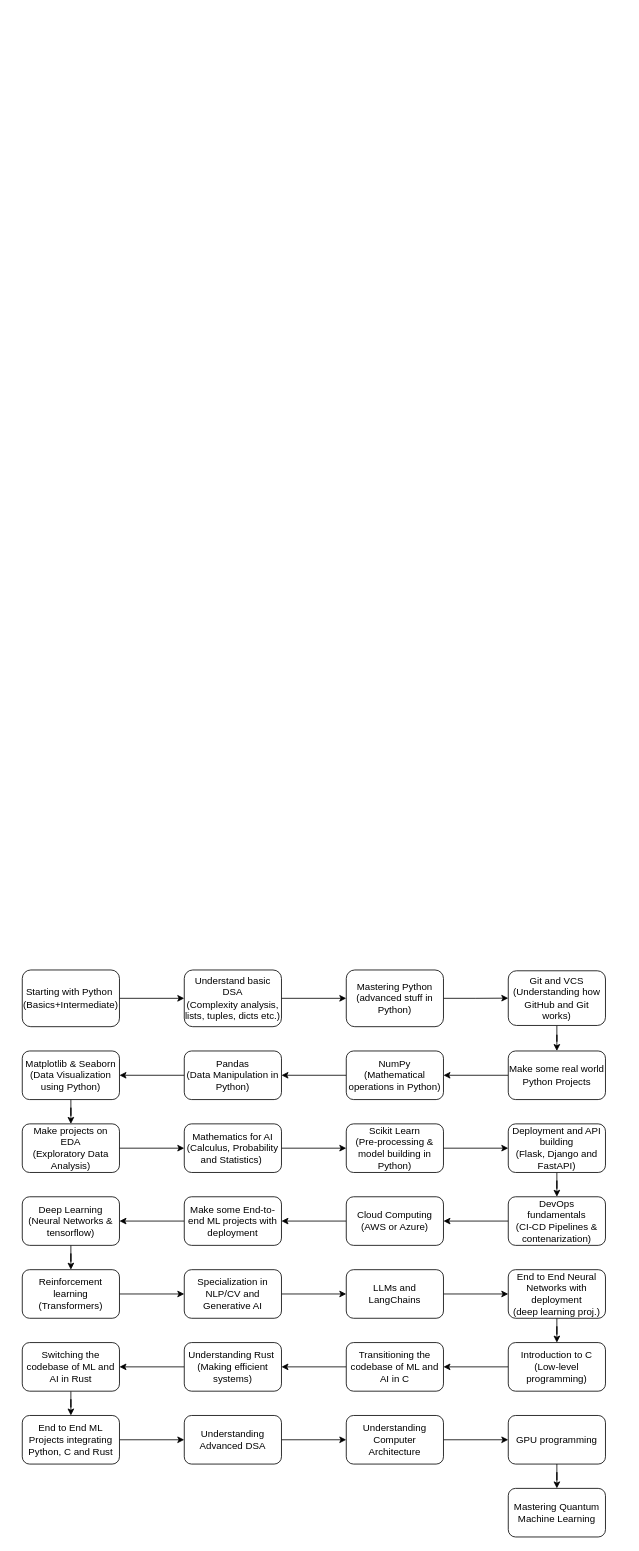
Above: Career-Path.drawio in pythonicforge/Machine-Learning (draw.io), before the change. Source tidied: cells renumbered, new cells numbered last; positions are measured from the earlier drawing's top-left corner, leaving out a move shared by most shapes. Both pictures are drawn from the tidied source at 81%, with x=0, y=0 at pixel (22, 970).
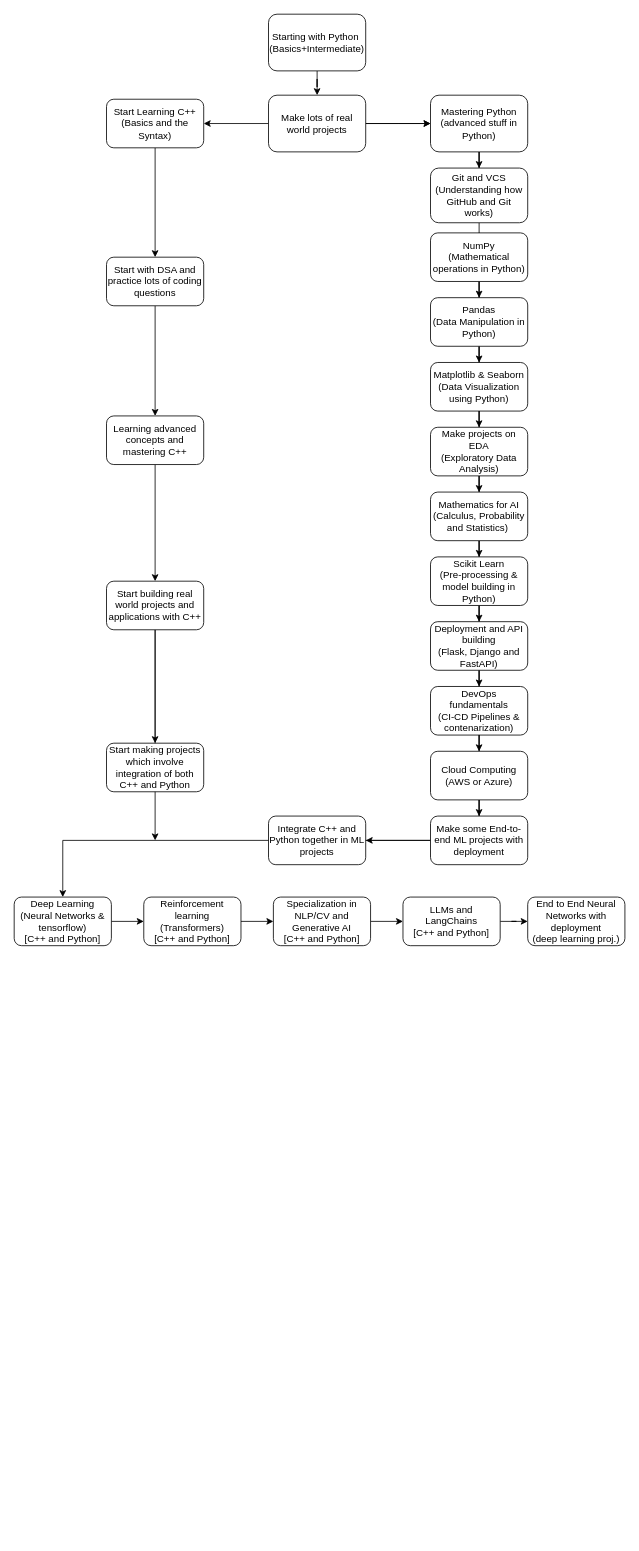
Above is the later version.

Diff of the diagram source:
```diff
@@
     <mxCell id="3" value="Starting with Python&amp;nbsp;&lt;div&gt;&lt;span style=&quot;background-color: initial;&quot;&gt;(Basics+Intermediate)&lt;/span&gt;&lt;/div&gt;" style="rounded=1;whiteSpace=wrap;html=1;fontSize=12;glass=0;strokeWidth=1;shadow=0;" parent="1" vertex="1">
-      <mxGeometry width="120" height="70" as="geometry" />
+      <mxGeometry x="304" y="-1180" width="120" height="70" as="geometry" />
     </mxCell>
@@
+    <mxCell id="59" style="edgeStyle=orthogonalEdgeStyle;rounded=0;jettySize=auto;html=1;" parent="1" edge="1" source="5">
+      <mxGeometry relative="1" as="geometry">
+        <mxPoint x="504" y="-1045" as="targetPoint" />
+      </mxGeometry>
+    </mxCell>
+    <mxCell id="60" style="edgeStyle=orthogonalEdgeStyle;rounded=0;jettySize=auto;html=1;" parent="1" edge="1" source="5" target="64">
+      <mxGeometry relative="1" as="geometry" />
+    </mxCell>
-    <mxCell id="5" value="Understand basic DSA&lt;div&gt;(Complexity analysis, lists, tuples, dicts etc.)&lt;/div&gt;" style="whiteSpace=wrap;html=1;rounded=1;glass=0;strokeWidth=1;shadow=0;" parent="1" vertex="1">
-      <mxGeometry x="200" width="120" height="70" as="geometry" />
+    <mxCell id="5" value="Make lots of real world projects" style="whiteSpace=wrap;html=1;rounded=1;glass=0;strokeWidth=1;shadow=0;" parent="1" vertex="1">
+      <mxGeometry x="304" y="-1080" width="120" height="70" as="geometry" />
     </mxCell>
@@
     <mxCell id="7" value="Mastering Python&lt;div&gt;(advanced stuff in Python)&lt;/div&gt;" style="whiteSpace=wrap;html=1;rounded=1;glass=0;strokeWidth=1;shadow=0;" parent="1" vertex="1">
-      <mxGeometry x="400" width="120" height="70" as="geometry" />
+      <mxGeometry x="504" y="-1080" width="120" height="70" as="geometry" />
     </mxCell>
-    <mxCell id="8" style="edgeStyle=orthogonalEdgeStyle;rounded=0;jettySize=auto;html=1;" parent="1" edge="1" source="9" target="11">
-      <mxGeometry relative="1" as="geometry" />
-    </mxCell>
+    <mxCell id="61" style="edgeStyle=orthogonalEdgeStyle;rounded=0;jettySize=auto;html=1;startSize=3;" parent="1" edge="1" source="9">
+      <mxGeometry relative="1" as="geometry">
+        <mxPoint x="564" y="-890" as="targetPoint" />
+      </mxGeometry>
+    </mxCell>
     <mxCell id="9" value="Git and VCS&lt;div&gt;(Understanding how GitHub and Git works)&lt;/div&gt;" style="whiteSpace=wrap;html=1;rounded=1;glass=0;strokeWidth=1;shadow=0;" parent="1" vertex="1">
-      <mxGeometry x="600" y="1" width="120" height="67.5" as="geometry" />
+      <mxGeometry x="504" y="-990" width="120" height="67.5" as="geometry" />
     </mxCell>
-    <mxCell id="10" style="edgeStyle=orthogonalEdgeStyle;rounded=0;jettySize=auto;html=1;" parent="1" edge="1" source="11" target="13">
-      <mxGeometry relative="1" as="geometry" />
-    </mxCell>
-    <mxCell id="11" value="Make some real world Python Projects" style="whiteSpace=wrap;html=1;rounded=1;glass=0;strokeWidth=1;shadow=0;" parent="1" vertex="1">
-      <mxGeometry x="600" y="100" width="120" height="60" as="geometry" />
-    </mxCell>
@@
     <mxCell id="13" value="NumPy&lt;div&gt;(Mathematical operations in Python)&lt;/div&gt;" style="whiteSpace=wrap;html=1;rounded=1;glass=0;strokeWidth=1;shadow=0;" parent="1" vertex="1">
-      <mxGeometry x="400" y="100" width="120" height="60" as="geometry" />
+      <mxGeometry x="504" y="-910" width="120" height="60" as="geometry" />
     </mxCell>
@@
     <mxCell id="15" value="Pandas&lt;div&gt;(Data Manipulation in Python)&lt;/div&gt;" style="whiteSpace=wrap;html=1;rounded=1;glass=0;strokeWidth=1;shadow=0;" parent="1" vertex="1">
-      <mxGeometry x="200" y="100" width="120" height="60" as="geometry" />
+      <mxGeometry x="504" y="-830" width="120" height="60" as="geometry" />
     </mxCell>
@@
     <mxCell id="17" value="Matplotlib &amp;amp; Seaborn&lt;div&gt;(Data Visualization using Python)&lt;/div&gt;" style="whiteSpace=wrap;html=1;rounded=1;glass=0;strokeWidth=1;shadow=0;" parent="1" vertex="1">
-      <mxGeometry y="100" width="120" height="60" as="geometry" />
+      <mxGeometry x="504" y="-750" width="120" height="60" as="geometry" />
     </mxCell>
@@
     <mxCell id="19" value="Make projects on EDA&lt;div&gt;(Exploratory Data Analysis)&lt;/div&gt;" style="whiteSpace=wrap;html=1;rounded=1;glass=0;strokeWidth=1;shadow=0;" parent="1" vertex="1">
-      <mxGeometry y="190" width="120" height="60" as="geometry" />
+      <mxGeometry x="504" y="-670" width="120" height="60" as="geometry" />
     </mxCell>
@@
     <mxCell id="21" value="Mathematics for AI&lt;div&gt;(Calculus, Probability and Statistics)&amp;nbsp;&lt;/div&gt;" style="whiteSpace=wrap;html=1;rounded=1;glass=0;strokeWidth=1;shadow=0;" parent="1" vertex="1">
-      <mxGeometry x="200" y="190" width="120" height="60" as="geometry" />
+      <mxGeometry x="504" y="-590" width="120" height="60" as="geometry" />
     </mxCell>
@@
     <mxCell id="23" value="Scikit Learn&lt;div&gt;(Pre-processing &amp;amp; model building in Python)&lt;/div&gt;" style="whiteSpace=wrap;html=1;rounded=1;glass=0;strokeWidth=1;shadow=0;" parent="1" vertex="1">
-      <mxGeometry x="400" y="190" width="120" height="60" as="geometry" />
+      <mxGeometry x="504" y="-510" width="120" height="60" as="geometry" />
     </mxCell>
@@
     <mxCell id="25" value="Deployment and API building&lt;div&gt;(Flask, Django and FastAPI)&lt;/div&gt;" style="whiteSpace=wrap;html=1;rounded=1;glass=0;strokeWidth=1;shadow=0;" parent="1" vertex="1">
-      <mxGeometry x="600" y="190" width="120" height="60" as="geometry" />
+      <mxGeometry x="504" y="-430" width="120" height="60" as="geometry" />
     </mxCell>
@@
     <mxCell id="27" value="DevOps fundamentals&lt;div&gt;(CI-CD Pipelines &amp;amp; contenarization)&lt;/div&gt;" style="whiteSpace=wrap;html=1;rounded=1;glass=0;strokeWidth=1;shadow=0;" parent="1" vertex="1">
-      <mxGeometry x="600" y="280" width="120" height="60" as="geometry" />
+      <mxGeometry x="504" y="-350" width="120" height="60" as="geometry" />
     </mxCell>
@@
     <mxCell id="29" value="Cloud Computing&lt;div&gt;(AWS or Azure)&lt;/div&gt;" style="whiteSpace=wrap;html=1;rounded=1;glass=0;strokeWidth=1;shadow=0;" parent="1" vertex="1">
-      <mxGeometry x="400" y="280" width="120" height="60" as="geometry" />
+      <mxGeometry x="504" y="-270" width="120" height="60" as="geometry" />
     </mxCell>
@@
+    <mxCell id="62" style="edgeStyle=orthogonalEdgeStyle;rounded=0;jettySize=auto;html=1;" parent="1" edge="1" source="31" target="72">
+      <mxGeometry relative="1" as="geometry" />
+    </mxCell>
     <mxCell id="31" value="Make some End-to-end ML projects with deployment" style="whiteSpace=wrap;html=1;rounded=1;glass=0;strokeWidth=1;shadow=0;" parent="1" vertex="1">
-      <mxGeometry x="200" y="280" width="120" height="60" as="geometry" />
+      <mxGeometry x="504" y="-190" width="120" height="60" as="geometry" />
     </mxCell>
@@
-    <mxCell id="33" value="Deep Learning&lt;div&gt;(Neural Networks &amp;amp; tensorflow)&lt;/div&gt;" style="whiteSpace=wrap;html=1;rounded=1;glass=0;strokeWidth=1;shadow=0;" parent="1" vertex="1">
-      <mxGeometry y="280" width="120" height="60" as="geometry" />
+    <mxCell id="33" value="Deep Learning&lt;div&gt;(Neural Networks &amp;amp; tensorflow)&lt;/div&gt;&lt;div&gt;[C++ and Python]&lt;/div&gt;" style="whiteSpace=wrap;html=1;rounded=1;glass=0;strokeWidth=1;shadow=0;" parent="1" vertex="1">
+      <mxGeometry x="-10" y="-90" width="120" height="60" as="geometry" />
     </mxCell>
@@
-    <mxCell id="35" value="Reinforcement learning&lt;div&gt;(Transformers)&lt;/div&gt;" style="whiteSpace=wrap;html=1;rounded=1;glass=0;strokeWidth=1;shadow=0;" parent="1" vertex="1">
-      <mxGeometry y="370" width="120" height="60" as="geometry" />
+    <mxCell id="35" value="Reinforcement learning&lt;div&gt;(Transformers)&lt;/div&gt;&lt;div&gt;[C++ and Python]&lt;br&gt;&lt;/div&gt;" style="whiteSpace=wrap;html=1;rounded=1;glass=0;strokeWidth=1;shadow=0;" parent="1" vertex="1">
+      <mxGeometry x="150" y="-90" width="120" height="60" as="geometry" />
     </mxCell>
@@
-    <mxCell id="37" value="Specialization in NLP/CV and Generative AI" style="whiteSpace=wrap;html=1;rounded=1;glass=0;strokeWidth=1;shadow=0;" parent="1" vertex="1">
-      <mxGeometry x="200" y="370" width="120" height="60" as="geometry" />
+    <mxCell id="37" value="Specialization in NLP/CV and Generative AI&lt;div&gt;[C++ and Python]&lt;br&gt;&lt;/div&gt;" style="whiteSpace=wrap;html=1;rounded=1;glass=0;strokeWidth=1;shadow=0;" parent="1" vertex="1">
+      <mxGeometry x="310" y="-90" width="120" height="60" as="geometry" />
     </mxCell>
@@
-    <mxCell id="39" value="LLMs and LangChains" style="whiteSpace=wrap;html=1;rounded=1;glass=0;strokeWidth=1;shadow=0;" parent="1" vertex="1">
-      <mxGeometry x="400" y="370" width="120" height="60" as="geometry" />
+    <mxCell id="39" value="LLMs and LangChains&lt;div&gt;[C++ and Python]&lt;br&gt;&lt;/div&gt;" style="whiteSpace=wrap;html=1;rounded=1;glass=0;strokeWidth=1;shadow=0;" parent="1" vertex="1">
+      <mxGeometry x="470" y="-90" width="120" height="60" as="geometry" />
     </mxCell>
-    <mxCell id="40" style="edgeStyle=orthogonalEdgeStyle;rounded=0;jettySize=auto;html=1;" parent="1" edge="1" source="41" target="43">
-      <mxGeometry relative="1" as="geometry" />
-    </mxCell>
     <mxCell id="41" value="End to End Neural Networks with deployment&lt;div&gt;(deep learning proj.)&lt;/div&gt;" style="whiteSpace=wrap;html=1;rounded=1;glass=0;strokeWidth=1;shadow=0;" parent="1" vertex="1">
-      <mxGeometry x="600" y="370" width="120" height="60" as="geometry" />
+      <mxGeometry x="624" y="-90" width="120" height="60" as="geometry" />
     </mxCell>
-    <mxCell id="42" style="edgeStyle=orthogonalEdgeStyle;rounded=0;jettySize=auto;html=1;" parent="1" edge="1" source="43" target="45">
-      <mxGeometry relative="1" as="geometry" />
+    <mxCell id="42" style="edgeStyle=orthogonalEdgeStyle;rounded=0;orthogonalLoop=1;jettySize=auto;html=1;" parent="1" edge="1">
+      <mxGeometry relative="1" as="geometry">
+        <mxPoint x="600" y="490" as="sourcePoint" />
+      </mxGeometry>
     </mxCell>
-    <mxCell id="43" value="Introduction to C&lt;div&gt;(Low-level programming)&lt;/div&gt;" style="whiteSpace=wrap;html=1;rounded=1;glass=0;strokeWidth=1;shadow=0;" parent="1" vertex="1">
-      <mxGeometry x="600" y="460" width="120" height="60" as="geometry" />
-    </mxCell>
-    <mxCell id="44" style="edgeStyle=orthogonalEdgeStyle;rounded=0;jettySize=auto;html=1;" parent="1" edge="1" source="45" target="47">
-      <mxGeometry relative="1" as="geometry" />
+    <mxCell id="44" style="edgeStyle=orthogonalEdgeStyle;rounded=0;orthogonalLoop=1;jettySize=auto;html=1;" parent="1" edge="1">
+      <mxGeometry relative="1" as="geometry">
+        <mxPoint x="400" y="490" as="sourcePoint" />
+      </mxGeometry>
     </mxCell>
-    <mxCell id="45" value="Transitioning the codebase of ML and AI in C" style="whiteSpace=wrap;html=1;rounded=1;glass=0;strokeWidth=1;shadow=0;" parent="1" vertex="1">
-      <mxGeometry x="400" y="460" width="120" height="60" as="geometry" />
-    </mxCell>
-    <mxCell id="46" style="edgeStyle=orthogonalEdgeStyle;rounded=0;jettySize=auto;html=1;" parent="1" edge="1" source="47" target="49">
-      <mxGeometry relative="1" as="geometry" />
+    <mxCell id="46" style="edgeStyle=orthogonalEdgeStyle;rounded=0;orthogonalLoop=1;jettySize=auto;html=1;" parent="1" edge="1">
+      <mxGeometry relative="1" as="geometry">
+        <mxPoint x="200" y="490" as="sourcePoint" />
+      </mxGeometry>
     </mxCell>
-    <mxCell id="47" value="Understanding Rust&amp;nbsp;&lt;div&gt;(Making efficient systems)&lt;/div&gt;" style="whiteSpace=wrap;html=1;rounded=1;glass=0;strokeWidth=1;shadow=0;" parent="1" vertex="1">
-      <mxGeometry x="200" y="460" width="120" height="60" as="geometry" />
-    </mxCell>
-    <mxCell id="48" style="edgeStyle=orthogonalEdgeStyle;rounded=0;jettySize=auto;html=1;" parent="1" edge="1" source="49" target="51">
-      <mxGeometry relative="1" as="geometry" />
+    <mxCell id="48" style="edgeStyle=orthogonalEdgeStyle;rounded=0;orthogonalLoop=1;jettySize=auto;html=1;" parent="1" edge="1">
+      <mxGeometry relative="1" as="geometry">
+        <mxPoint x="60" y="550" as="targetPoint" />
+      </mxGeometry>
     </mxCell>
-    <mxCell id="49" value="Switching the codebase of ML and AI in Rust" style="whiteSpace=wrap;html=1;rounded=1;glass=0;strokeWidth=1;shadow=0;" parent="1" vertex="1">
-      <mxGeometry y="460" width="120" height="60" as="geometry" />
-    </mxCell>
-    <mxCell id="50" style="edgeStyle=orthogonalEdgeStyle;rounded=0;jettySize=auto;html=1;" parent="1" edge="1" source="51" target="53">
-      <mxGeometry relative="1" as="geometry" />
+    <mxCell id="50" style="edgeStyle=orthogonalEdgeStyle;rounded=0;orthogonalLoop=1;jettySize=auto;html=1;" parent="1" edge="1">
+      <mxGeometry relative="1" as="geometry">
+        <mxPoint x="120" y="580" as="sourcePoint" />
+      </mxGeometry>
     </mxCell>
-    <mxCell id="51" value="End to End ML Projects integrating Python, C and Rust" style="whiteSpace=wrap;html=1;rounded=1;glass=0;strokeWidth=1;shadow=0;" parent="1" vertex="1">
-      <mxGeometry y="550" width="120" height="60" as="geometry" />
-    </mxCell>
-    <mxCell id="52" style="edgeStyle=orthogonalEdgeStyle;rounded=0;jettySize=auto;html=1;" parent="1" edge="1" source="53" target="55">
-      <mxGeometry relative="1" as="geometry" />
+    <mxCell id="52" style="edgeStyle=orthogonalEdgeStyle;rounded=0;orthogonalLoop=1;jettySize=auto;html=1;" parent="1" edge="1">
+      <mxGeometry relative="1" as="geometry">
+        <mxPoint x="320" y="580" as="sourcePoint" />
+      </mxGeometry>
     </mxCell>
-    <mxCell id="53" value="Understanding Advanced DSA" style="whiteSpace=wrap;html=1;rounded=1;glass=0;strokeWidth=1;shadow=0;" parent="1" vertex="1">
-      <mxGeometry x="200" y="550" width="120" height="60" as="geometry" />
-    </mxCell>
-    <mxCell id="54" style="edgeStyle=orthogonalEdgeStyle;rounded=0;jettySize=auto;html=1;" parent="1" edge="1" source="55" target="57">
-      <mxGeometry relative="1" as="geometry" />
+    <mxCell id="54" style="edgeStyle=orthogonalEdgeStyle;rounded=0;orthogonalLoop=1;jettySize=auto;html=1;" parent="1" edge="1">
+      <mxGeometry relative="1" as="geometry">
+        <mxPoint x="600" y="580" as="targetPoint" />
+      </mxGeometry>
     </mxCell>
-    <mxCell id="55" value="Understanding Computer Architecture" style="whiteSpace=wrap;html=1;rounded=1;glass=0;strokeWidth=1;shadow=0;" parent="1" vertex="1">
-      <mxGeometry x="400" y="550" width="120" height="60" as="geometry" />
-    </mxCell>
-    <mxCell id="56" style="edgeStyle=orthogonalEdgeStyle;rounded=0;jettySize=auto;html=1;" parent="1" edge="1" source="57" target="58">
-      <mxGeometry relative="1" as="geometry" />
+    <mxCell id="56" style="edgeStyle=orthogonalEdgeStyle;rounded=0;orthogonalLoop=1;jettySize=auto;html=1;" parent="1" edge="1">
+      <mxGeometry relative="1" as="geometry">
+        <mxPoint x="660" y="640" as="targetPoint" />
+      </mxGeometry>
     </mxCell>
-    <mxCell id="57" value="GPU programming" style="whiteSpace=wrap;html=1;rounded=1;glass=0;strokeWidth=1;shadow=0;" parent="1" vertex="1">
-      <mxGeometry x="600" y="550" width="120" height="60" as="geometry" />
-    </mxCell>
-    <mxCell id="58" value="Mastering Quantum Machine Learning" style="whiteSpace=wrap;html=1;rounded=1;glass=0;strokeWidth=1;shadow=0;" parent="1" vertex="1">
-      <mxGeometry x="600" y="640" width="120" height="60" as="geometry" />
-    </mxCell>
+    <mxCell id="63" style="edgeStyle=orthogonalEdgeStyle;rounded=0;jettySize=auto;html=1;" parent="1" edge="1" source="64" target="66">
+      <mxGeometry relative="1" as="geometry" />
+    </mxCell>
+    <mxCell id="64" value="Start Learning C++&lt;div&gt;(Basics and the Syntax)&lt;/div&gt;" style="whiteSpace=wrap;html=1;rounded=1;glass=0;strokeWidth=1;shadow=0;" parent="1" vertex="1">
+      <mxGeometry x="104" y="-1075" width="120" height="60" as="geometry" />
+    </mxCell>
+    <mxCell id="65" style="edgeStyle=orthogonalEdgeStyle;rounded=0;jettySize=auto;html=1;" parent="1" edge="1" source="66" target="68">
+      <mxGeometry relative="1" as="geometry" />
+    </mxCell>
+    <mxCell id="66" value="Start with DSA and practice lots of coding questions" style="whiteSpace=wrap;html=1;rounded=1;glass=0;strokeWidth=1;shadow=0;" parent="1" vertex="1">
+      <mxGeometry x="104" y="-880" width="120" height="60" as="geometry" />
+    </mxCell>
+    <mxCell id="67" style="edgeStyle=orthogonalEdgeStyle;rounded=0;jettySize=auto;html=1;" parent="1" edge="1" source="68" target="71">
+      <mxGeometry relative="1" as="geometry" />
+    </mxCell>
+    <mxCell id="68" value="Learning advanced concepts and mastering C++" style="whiteSpace=wrap;html=1;rounded=1;glass=0;strokeWidth=1;shadow=0;" parent="1" vertex="1">
+      <mxGeometry x="104" y="-684" width="120" height="60" as="geometry" />
+    </mxCell>
+    <mxCell id="69" style="edgeStyle=orthogonalEdgeStyle;rounded=0;jettySize=auto;html=1;" parent="1" edge="1" source="71">
+      <mxGeometry relative="1" as="geometry">
+        <mxPoint x="164" y="-160" as="targetPoint" />
+      </mxGeometry>
+    </mxCell>
+    <mxCell id="70" style="edgeStyle=orthogonalEdgeStyle;rounded=0;jettySize=auto;html=1;" parent="1" edge="1" source="71" target="73">
+      <mxGeometry relative="1" as="geometry" />
+    </mxCell>
+    <mxCell id="71" value="Start building real world projects and applications with C++" style="whiteSpace=wrap;html=1;rounded=1;glass=0;strokeWidth=1;shadow=0;" parent="1" vertex="1">
+      <mxGeometry x="104" y="-480" width="120" height="60" as="geometry" />
+    </mxCell>
+    <mxCell id="72" value="Integrate C++ and Python together in ML projects" style="whiteSpace=wrap;html=1;rounded=1;glass=0;strokeWidth=1;shadow=0;" parent="1" vertex="1">
+      <mxGeometry x="304" y="-190" width="120" height="60" as="geometry" />
+    </mxCell>
+    <mxCell id="73" value="Start making projects which involve integration of both C++ and Python" style="whiteSpace=wrap;html=1;rounded=1;glass=0;strokeWidth=1;shadow=0;" parent="1" vertex="1">
+      <mxGeometry x="104" y="-280" width="120" height="60" as="geometry" />
+    </mxCell>
```
